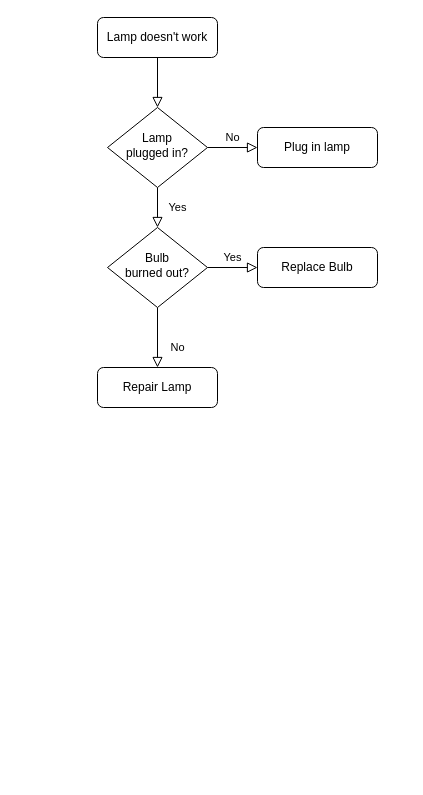
Earlier version of the draw.io diagram 未命名绘图.drawio (sensezhang/draw). Source tidied: cells renumbered, new cells numbered last; positions are measured from the earlier drawing's top-left corner, leaving out a move shared by most shapes. Both pictures are drawn from the tidied source at 100%, with x=0, y=0 at pixel (97, 17).
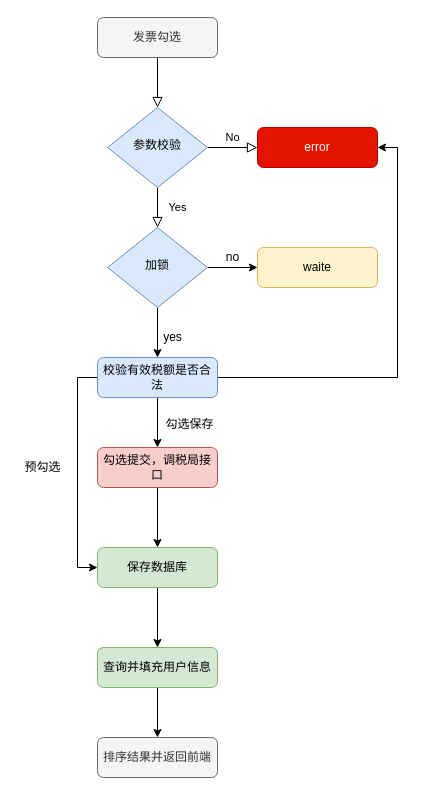
Above is the later version.

Change to the diagram source:
```diff
@@
-    <mxCell id="3" value="Lamp doesn't work" style="rounded=1;whiteSpace=wrap;html=1;fontSize=12;glass=0;strokeWidth=1;shadow=0;" parent="1" vertex="1">
+    <mxCell id="3" value="发票勾选" style="rounded=1;whiteSpace=wrap;html=1;fontSize=12;glass=0;strokeWidth=1;shadow=0;fillColor=#f5f5f5;strokeColor=#666666;fontColor=#333333;" parent="1" vertex="1">
       <mxGeometry width="120" height="40" as="geometry" />
     </mxCell>
@@
-    <mxCell id="6" value="Lamp&lt;br&gt;plugged in?" style="rhombus;whiteSpace=wrap;html=1;shadow=0;fontFamily=Helvetica;fontSize=12;align=center;strokeWidth=1;spacing=6;spacingTop=-4;" parent="1" vertex="1">
+    <mxCell id="6" value="参数校验" style="rhombus;whiteSpace=wrap;html=1;shadow=0;fontFamily=Helvetica;fontSize=12;align=center;strokeWidth=1;spacing=6;spacingTop=-4;fillColor=#dae8fc;strokeColor=#6c8ebf;" parent="1" vertex="1">
       <mxGeometry x="10" y="90" width="100" height="80" as="geometry" />
     </mxCell>
-    <mxCell id="7" value="Plug in lamp" style="rounded=1;whiteSpace=wrap;html=1;fontSize=12;glass=0;strokeWidth=1;shadow=0;" parent="1" vertex="1">
+    <mxCell id="7" value="error" style="rounded=1;whiteSpace=wrap;html=1;fontSize=12;glass=0;strokeWidth=1;shadow=0;fillColor=#e51400;strokeColor=#B20000;fontColor=#ffffff;" parent="1" vertex="1">
       <mxGeometry x="160" y="110" width="120" height="40" as="geometry" />
     </mxCell>
-    <mxCell id="8" value="No" style="rounded=0;html=1;jettySize=auto;fontSize=11;endArrow=block;endFill=0;endSize=8;strokeWidth=1;shadow=0;labelBackgroundColor=none;edgeStyle=orthogonalEdgeStyle;" parent="1" edge="1" source="10" target="11">
-      <mxGeometry x="0.33" y="20" relative="1" as="geometry" />
+    <mxCell id="8" style="edgeStyle=orthogonalEdgeStyle;rounded=0;jettySize=auto;html=1;" parent="1" edge="1" source="10" target="11">
+      <mxGeometry relative="1" as="geometry" />
     </mxCell>
-    <mxCell id="9" value="Yes" style="edgeStyle=orthogonalEdgeStyle;rounded=0;html=1;jettySize=auto;fontSize=11;endArrow=block;endFill=0;endSize=8;strokeWidth=1;shadow=0;labelBackgroundColor=none;" parent="1" edge="1" source="10" target="12">
-      <mxGeometry y="10" relative="1" as="geometry" />
+    <mxCell id="9" style="edgeStyle=orthogonalEdgeStyle;rounded=0;jettySize=auto;html=1;" parent="1" edge="1" source="10" target="12">
+      <mxGeometry relative="1" as="geometry" />
     </mxCell>
-    <mxCell id="10" value="Bulb&lt;br&gt;burned out?" style="rhombus;whiteSpace=wrap;html=1;shadow=0;fontFamily=Helvetica;fontSize=12;align=center;strokeWidth=1;spacing=6;spacingTop=-4;" parent="1" vertex="1">
+    <mxCell id="10" value="加锁" style="rhombus;whiteSpace=wrap;html=1;shadow=0;fontFamily=Helvetica;fontSize=12;align=center;strokeWidth=1;spacing=6;spacingTop=-4;fillColor=#dae8fc;strokeColor=#6c8ebf;" parent="1" vertex="1">
       <mxGeometry x="10" y="210" width="100" height="80" as="geometry" />
     </mxCell>
+    <mxCell id="13" style="edgeStyle=orthogonalEdgeStyle;rounded=0;jettySize=auto;html=1;entryX=1;entryY=0.5;entryDx=0;entryDy=0;" parent="1" edge="1" source="11" target="7">
+      <mxGeometry relative="1" as="geometry" />
+    </mxCell>
+    <mxCell id="14" style="edgeStyle=orthogonalEdgeStyle;rounded=0;jettySize=auto;html=1;" parent="1" edge="1" source="11" target="17">
+      <mxGeometry relative="1" as="geometry" />
+    </mxCell>
+    <mxCell id="15" style="edgeStyle=orthogonalEdgeStyle;rounded=0;jettySize=auto;html=1;entryX=0;entryY=0.5;entryDx=0;entryDy=0;" parent="1" edge="1" source="11" target="19">
+      <mxGeometry relative="1" as="geometry">
+        <Array as="points">
+          <mxPoint x="-20" y="360" />
+          <mxPoint x="-20" y="550" />
+        </Array>
+      </mxGeometry>
+    </mxCell>
-    <mxCell id="11" value="Repair Lamp" style="rounded=1;whiteSpace=wrap;html=1;fontSize=12;glass=0;strokeWidth=1;shadow=0;" parent="1" vertex="1">
-      <mxGeometry y="350" width="120" height="40" as="geometry" />
+    <mxCell id="11" value="校验有效税额是否合法" style="rounded=1;whiteSpace=wrap;html=1;fontSize=12;glass=0;strokeWidth=1;shadow=0;fillColor=#dae8fc;strokeColor=#6c8ebf;" parent="1" vertex="1">
+      <mxGeometry y="340" width="120" height="40" as="geometry" />
     </mxCell>
+    <mxCell id="16" style="edgeStyle=orthogonalEdgeStyle;rounded=0;jettySize=auto;html=1;" parent="1" edge="1" source="17" target="19">
+      <mxGeometry relative="1" as="geometry" />
+    </mxCell>
+    <mxCell id="17" value="勾选提交，调税局接口" style="rounded=1;whiteSpace=wrap;html=1;fontSize=12;glass=0;strokeWidth=1;shadow=0;fillColor=#f8cecc;strokeColor=#b85450;" parent="1" vertex="1">
+      <mxGeometry y="430" width="120" height="40" as="geometry" />
+    </mxCell>
+    <mxCell id="18" style="edgeStyle=orthogonalEdgeStyle;rounded=0;jettySize=auto;html=1;" parent="1" edge="1" source="19" target="21">
+      <mxGeometry relative="1" as="geometry" />
+    </mxCell>
+    <mxCell id="19" value="保存数据库" style="rounded=1;whiteSpace=wrap;html=1;fontSize=12;glass=0;strokeWidth=1;shadow=0;fillColor=#d5e8d4;strokeColor=#82b366;" parent="1" vertex="1">
+      <mxGeometry y="530" width="120" height="40" as="geometry" />
+    </mxCell>
+    <mxCell id="20" style="edgeStyle=orthogonalEdgeStyle;rounded=0;jettySize=auto;html=1;" parent="1" edge="1" source="21" target="22">
+      <mxGeometry relative="1" as="geometry" />
+    </mxCell>
+    <mxCell id="21" value="查询并填充用户信息" style="rounded=1;whiteSpace=wrap;html=1;fontSize=12;glass=0;strokeWidth=1;shadow=0;fillColor=#d5e8d4;strokeColor=#82b366;" parent="1" vertex="1">
+      <mxGeometry y="630" width="120" height="40" as="geometry" />
+    </mxCell>
+    <mxCell id="22" value="排序结果并返回前端" style="rounded=1;whiteSpace=wrap;html=1;fontSize=12;glass=0;strokeWidth=1;shadow=0;fillColor=#f5f5f5;strokeColor=#666666;fontColor=#333333;" parent="1" vertex="1">
+      <mxGeometry y="720" width="120" height="40" as="geometry" />
+    </mxCell>
-    <mxCell id="12" value="Replace Bulb" style="rounded=1;whiteSpace=wrap;html=1;fontSize=12;glass=0;strokeWidth=1;shadow=0;" parent="1" vertex="1">
+    <mxCell id="12" value="waite" style="rounded=1;whiteSpace=wrap;html=1;fontSize=12;glass=0;strokeWidth=1;shadow=0;fillColor=#fff2cc;strokeColor=#d6b656;" parent="1" vertex="1">
       <mxGeometry x="160" y="230" width="120" height="40" as="geometry" />
     </mxCell>
+    <mxCell id="23" value="yes" style="text;html=1;align=center;verticalAlign=middle;" parent="1" vertex="1">
+      <mxGeometry x="60" y="310" width="30" height="20" as="geometry" />
+    </mxCell>
+    <mxCell id="24" value="no" style="text;html=1;align=center;verticalAlign=middle;" parent="1" vertex="1">
+      <mxGeometry x="120" y="230" width="30" height="20" as="geometry" />
+    </mxCell>
+    <mxCell id="25" value="预勾选" style="text;html=1;align=center;verticalAlign=middle;" parent="1" vertex="1">
+      <mxGeometry x="-80" y="440" width="50" height="20" as="geometry" />
+    </mxCell>
+    <mxCell id="26" value="勾选保存" style="text;html=1;align=center;verticalAlign=middle;" parent="1" vertex="1">
+      <mxGeometry x="62" y="397" width="60" height="20" as="geometry" />
+    </mxCell>
```
